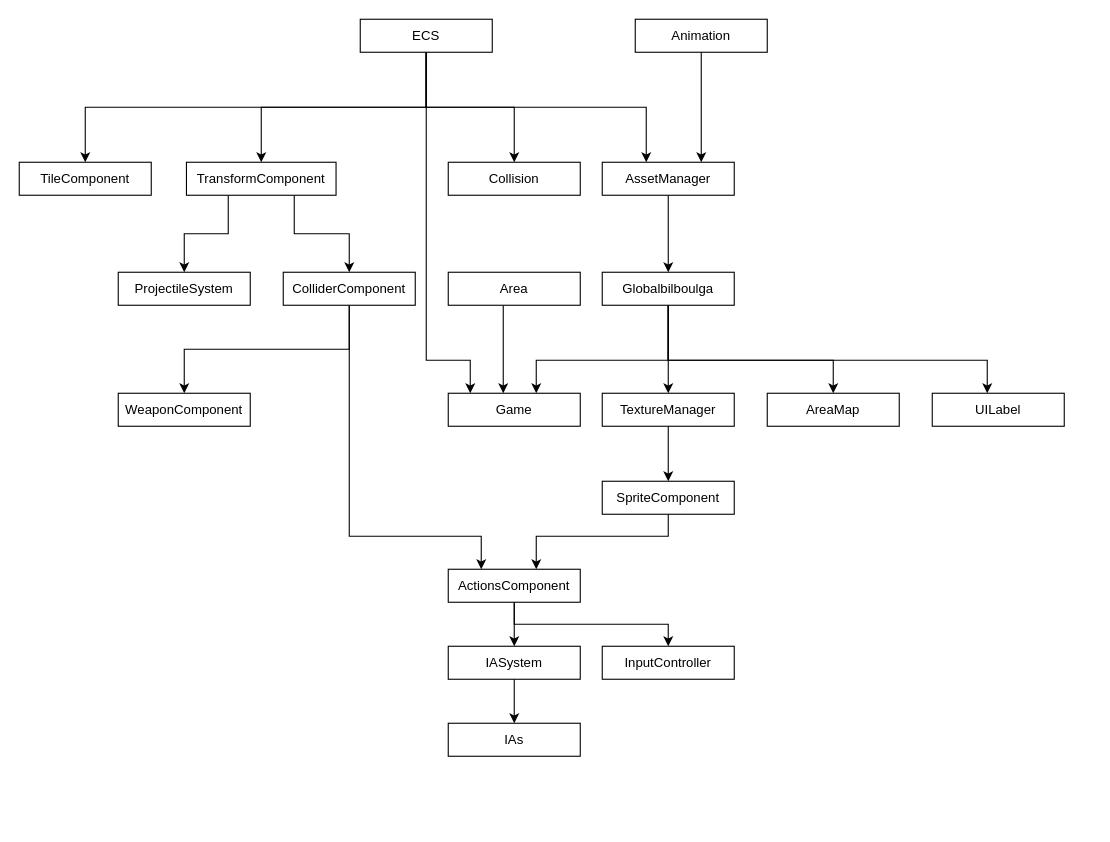
Before: UML/Includes.drawio in abastienIIT/Roguelike, a draw.io diagram. Source tidied: cells renumbered, new cells numbered last; positions are measured from the earlier drawing's top-left corner, leaving out a move shared by most shapes. Both pictures are drawn from the tidied source at 110%, with x=0, y=0 at pixel (19, 19).
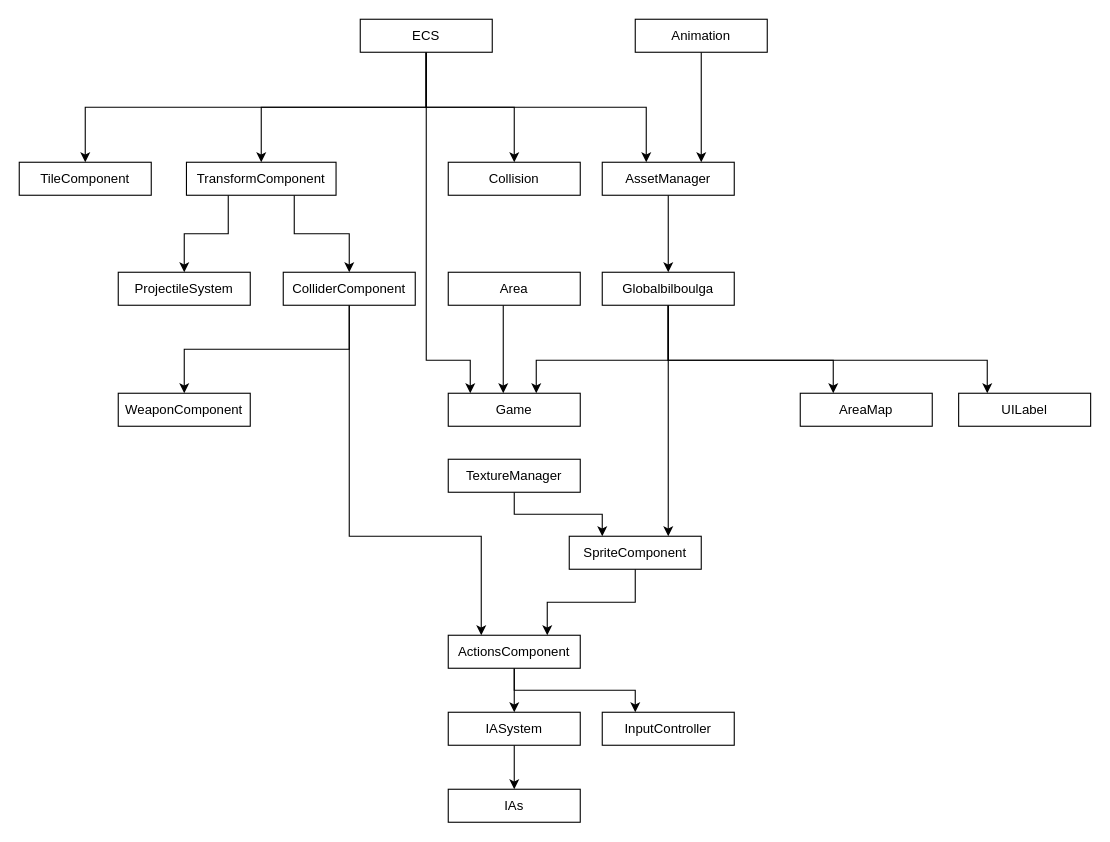
The same page after the edit.

Unchanged cells that the change refers to:
```xml
<mxCell id="28" value="Globalbilboulga" style="rounded=0;whiteSpace=wrap;html=1;" parent="1" vertex="1">
  <mxGeometry x="530" y="230" width="120" height="30" as="geometry" />
</mxCell>
```

What changed in the source:
```diff
@@
-    <mxCell id="5" style="edgeStyle=orthogonalEdgeStyle;rounded=0;jettySize=auto;html=1;" parent="1" edge="1" source="6" target="13">
-      <mxGeometry relative="1" as="geometry">
-        <Array as="points">
-          <mxPoint x="590" y="470" />
-          <mxPoint x="470" y="470" />
-        </Array>
-      </mxGeometry>
+    <mxCell id="5" style="edgeStyle=orthogonalEdgeStyle;rounded=0;jettySize=auto;html=1;exitX=0.5;exitY=1;exitDx=0;exitDy=0;entryX=0.75;entryY=0;entryDx=0;entryDy=0;" parent="1" edge="1" source="6" target="13">
+      <mxGeometry relative="1" as="geometry" />
     </mxCell>
     <mxCell id="6" value="SpriteComponent" style="rounded=0;whiteSpace=wrap;html=1;" parent="1" vertex="1">
-      <mxGeometry x="530" y="420" width="120" height="30" as="geometry" />
+      <mxGeometry x="500" y="470" width="120" height="30" as="geometry" />
     </mxCell>
@@
-    <mxCell id="12" style="edgeStyle=orthogonalEdgeStyle;rounded=0;jettySize=auto;html=1;" parent="1" edge="1" source="13" target="14">
-      <mxGeometry relative="1" as="geometry">
-        <Array as="points">
-          <mxPoint x="450" y="550" />
-          <mxPoint x="590" y="550" />
-        </Array>
-      </mxGeometry>
+    <mxCell id="12" style="edgeStyle=orthogonalEdgeStyle;rounded=0;jettySize=auto;html=1;exitX=0.5;exitY=1;exitDx=0;exitDy=0;entryX=0.25;entryY=0;entryDx=0;entryDy=0;" parent="1" edge="1" source="13" target="14">
+      <mxGeometry relative="1" as="geometry" />
     </mxCell>
     <mxCell id="13" value="ActionsComponent" style="rounded=0;whiteSpace=wrap;html=1;" parent="1" vertex="1">
-      <mxGeometry x="390" y="500" width="120" height="30" as="geometry" />
+      <mxGeometry x="390" y="560" width="120" height="30" as="geometry" />
     </mxCell>
     <mxCell id="14" value="InputController" style="rounded=0;whiteSpace=wrap;html=1;" parent="1" vertex="1">
-      <mxGeometry x="530" y="570" width="120" height="30" as="geometry" />
+      <mxGeometry x="530" y="630" width="120" height="30" as="geometry" />
     </mxCell>
@@
     <mxCell id="16" value="IASystem" style="rounded=0;whiteSpace=wrap;html=1;" parent="1" vertex="1">
-      <mxGeometry x="390" y="570" width="120" height="30" as="geometry" />
+      <mxGeometry x="390" y="630" width="120" height="30" as="geometry" />
     </mxCell>
@@
     <mxCell id="19" value="UILabel" style="rounded=0;whiteSpace=wrap;html=1;" parent="1" vertex="1">
-      <mxGeometry x="830" y="340" width="120" height="30" as="geometry" />
+      <mxGeometry x="854" y="340" width="120" height="30" as="geometry" />
     </mxCell>
@@
-    <mxCell id="22" style="edgeStyle=orthogonalEdgeStyle;rounded=0;jettySize=auto;html=1;" parent="1" edge="1" source="23" target="6">
+    <mxCell id="22" style="edgeStyle=orthogonalEdgeStyle;rounded=0;jettySize=auto;html=1;exitX=0.5;exitY=1;exitDx=0;exitDy=0;entryX=0.25;entryY=0;entryDx=0;entryDy=0;" parent="1" edge="1" source="23" target="6">
       <mxGeometry relative="1" as="geometry" />
     </mxCell>
     <mxCell id="23" value="TextureManager" style="rounded=0;whiteSpace=wrap;html=1;" parent="1" vertex="1">
-      <mxGeometry x="530" y="340" width="120" height="30" as="geometry" />
+      <mxGeometry x="390" y="400" width="120" height="30" as="geometry" />
     </mxCell>
@@
-    <mxCell id="25" style="edgeStyle=orthogonalEdgeStyle;rounded=0;jettySize=auto;html=1;" parent="1" edge="1" source="28" target="23">
-      <mxGeometry relative="1" as="geometry" />
-    </mxCell>
@@
+    <mxCell id="43" style="edgeStyle=orthogonalEdgeStyle;rounded=0;jettySize=auto;html=1;exitX=0.5;exitY=1;exitDx=0;exitDy=0;entryX=0.75;entryY=0;entryDx=0;entryDy=0;" parent="1" edge="1" source="28" target="6">
+      <mxGeometry relative="1" as="geometry" />
+    </mxCell>
@@
     <mxCell id="40" value="IAs" style="rounded=0;whiteSpace=wrap;html=1;" parent="1" vertex="1">
-      <mxGeometry x="390" y="640" width="120" height="30" as="geometry" />
+      <mxGeometry x="390" y="700" width="120" height="30" as="geometry" />
     </mxCell>
     <mxCell id="41" value="AreaMap" style="rounded=0;whiteSpace=wrap;html=1;" parent="1" vertex="1">
-      <mxGeometry x="680" y="340" width="120" height="30" as="geometry" />
+      <mxGeometry x="710" y="340" width="120" height="30" as="geometry" />
     </mxCell>
```
